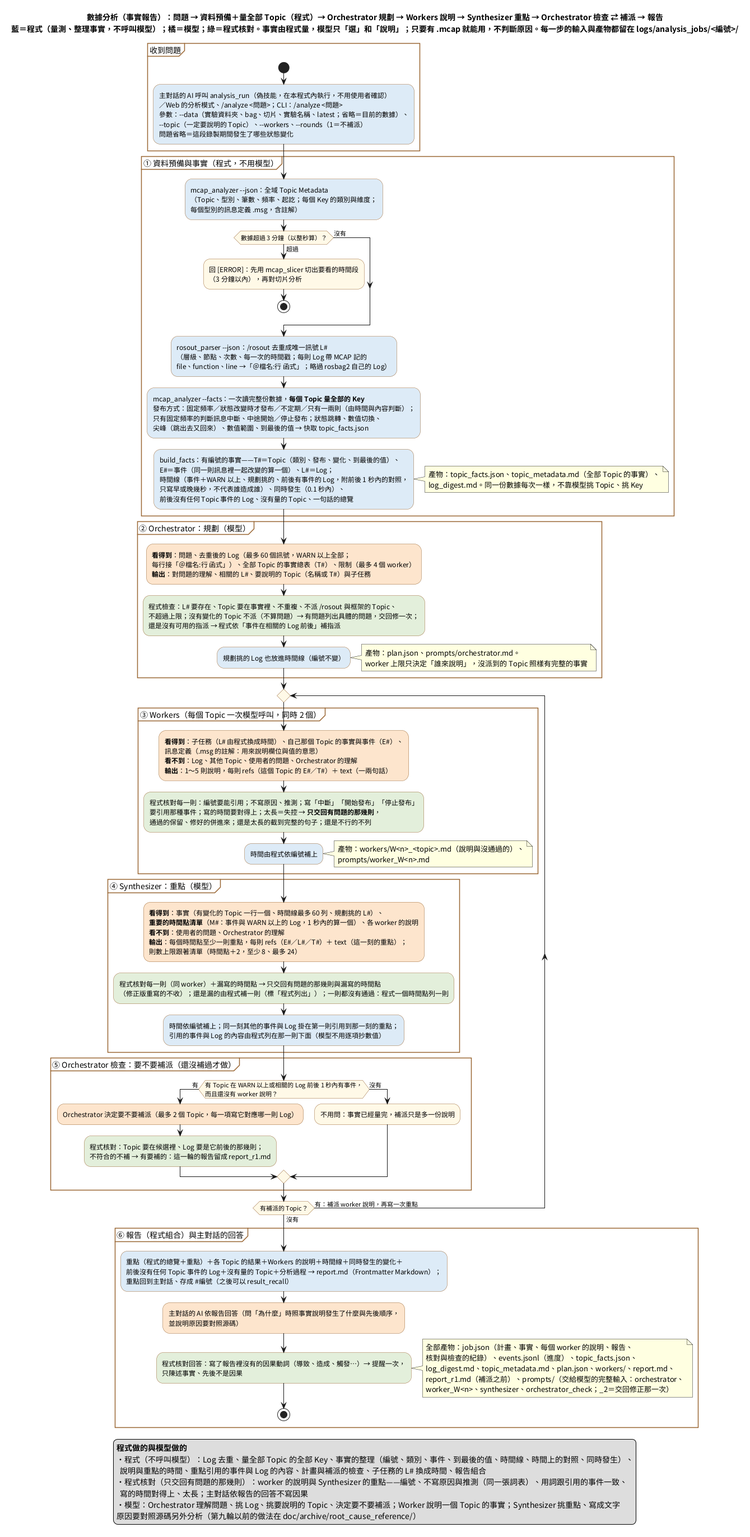
This is doc/images/數據診斷的流程.png from DavidZox/Coding_agnet, a PlantUML export, as it was before one commit.
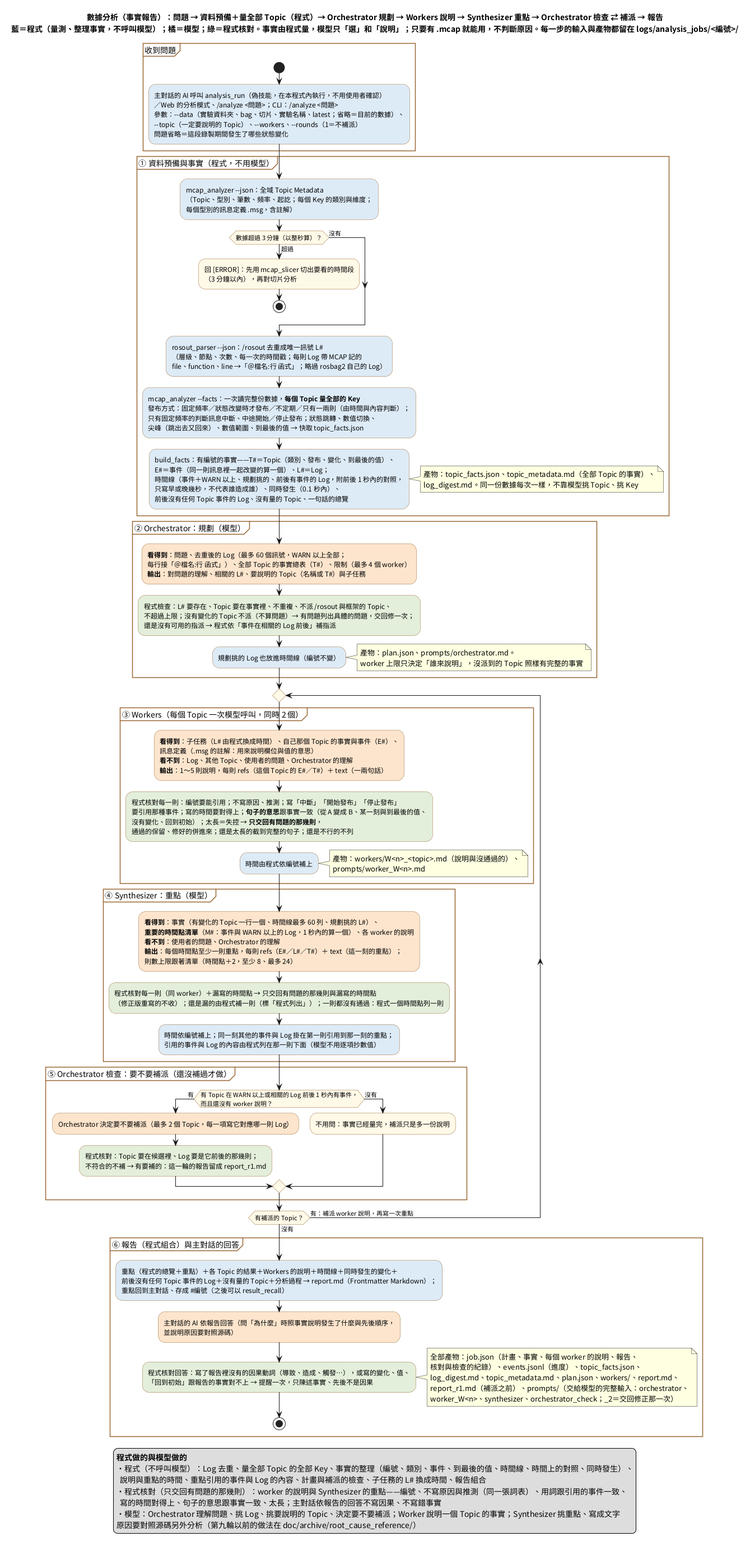
The same file after the commit.

The edit, as a diff of the source:
```diff
@@ -66,7 +66,8 @@
 **看不到**：Log、其他 Topic、使用者的問題、Orchestrator 的理解
 **輸出**：1～5 則說明，每則 refs（這個 Topic 的 E#／T#）＋ text（一兩句話）; <<#FCE5CD>>
 :程式核對每一則：編號要能引用；不寫原因、推測；寫「中斷」「開始發布」「停止發布」
-要引用那種事件；寫的時間要對得上；太長＝失控 → **只交回有問題的那幾則**，
+要引用那種事件；寫的時間要對得上；**句子的意思**跟事實一致（從 A 變成 B、某一刻與到最後的值、
+沒有變化、回到初始）；太長＝失控 → **只交回有問題的那幾則**，
 通過的保留、修好的併進來；還是太長的截到完整的句子；還是不行的不列; <<#E2EFDA>>
 :時間由程式依編號補上; <<#DDEBF7>>
 note right
@@ -105,8 +106,8 @@
 重點回到主對話、存成 #編號（之後可以 result_recall）; <<#DDEBF7>>
 :主對話的 AI 依報告回答（問「為什麼」時照事實說明發生了什麼與先後順序，
 並說明原因要對照源碼）; <<#FCE5CD>>
-:程式核對回答：寫了報告裡沒有的因果動詞（導致、造成、觸發…）→ 提醒一次，
-只陳述事實、先後不是因果; <<#E2EFDA>>
+:程式核對回答：寫了報告裡沒有的因果動詞（導致、造成、觸發…），或寫的變化、值、
+「回到初始」跟報告的事實對不上 → 提醒一次，只陳述事實、先後不是因果; <<#E2EFDA>>
 note right
   全部產物：job.json（計畫、事實、每個 worker 的說明、報告、
   核對與檢查的紀錄）、events.jsonl（進度）、topic_facts.json、
@@ -122,7 +123,7 @@
   ・程式（不呼叫模型）：Log 去重、量全部 Topic 的全部 Key、事實的整理（編號、類別、事件、到最後的值、時間線、時間上的對照、同時發生）、
     說明與重點的時間、重點引用的事件與 Log 的內容、計畫與補派的檢查、子任務的 L# 換成時間、報告組合
   ・程式核對（只交回有問題的那幾則）：worker 的說明與 Synthesizer 的重點——編號、不寫原因與推測（同一張詞表）、用詞跟引用的事件一致、
-    寫的時間對得上、太長；主對話依報告的回答不寫因果
+    寫的時間對得上、句子的意思跟事實一致、太長；主對話依報告的回答不寫因果、不寫錯事實
   ・模型：Orchestrator 理解問題、挑 Log、挑要說明的 Topic、決定要不要補派；Worker 說明一個 Topic 的事實；Synthesizer 挑重點、寫成文字
   原因要對照源碼另外分析（第九輪以前的做法在 doc/archive/root_cause_reference/）
 endlegend
```
